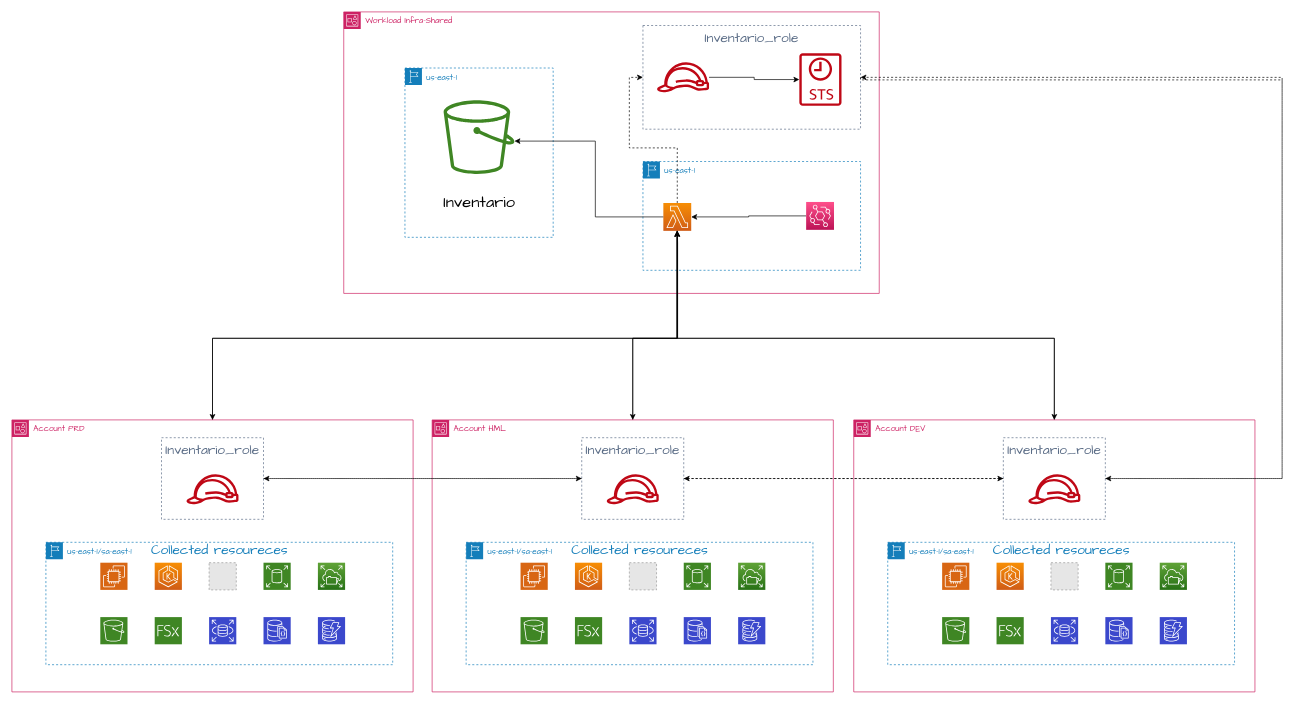
This is Diagrama sem nome.drawio from Jaelcio-de-Araujo/inventario-auto-python, a draw.io file, before an edit. Source tidied: cells renumbered, new cells numbered last; positions are measured from the earlier drawing's top-left corner, leaving out a move shared by most shapes. Both pictures are drawn from the tidied source at 68%, with x=0, y=0 at pixel (12, 12). Pictures stored in the file or linked from it are replaced by grey dashed boxes.
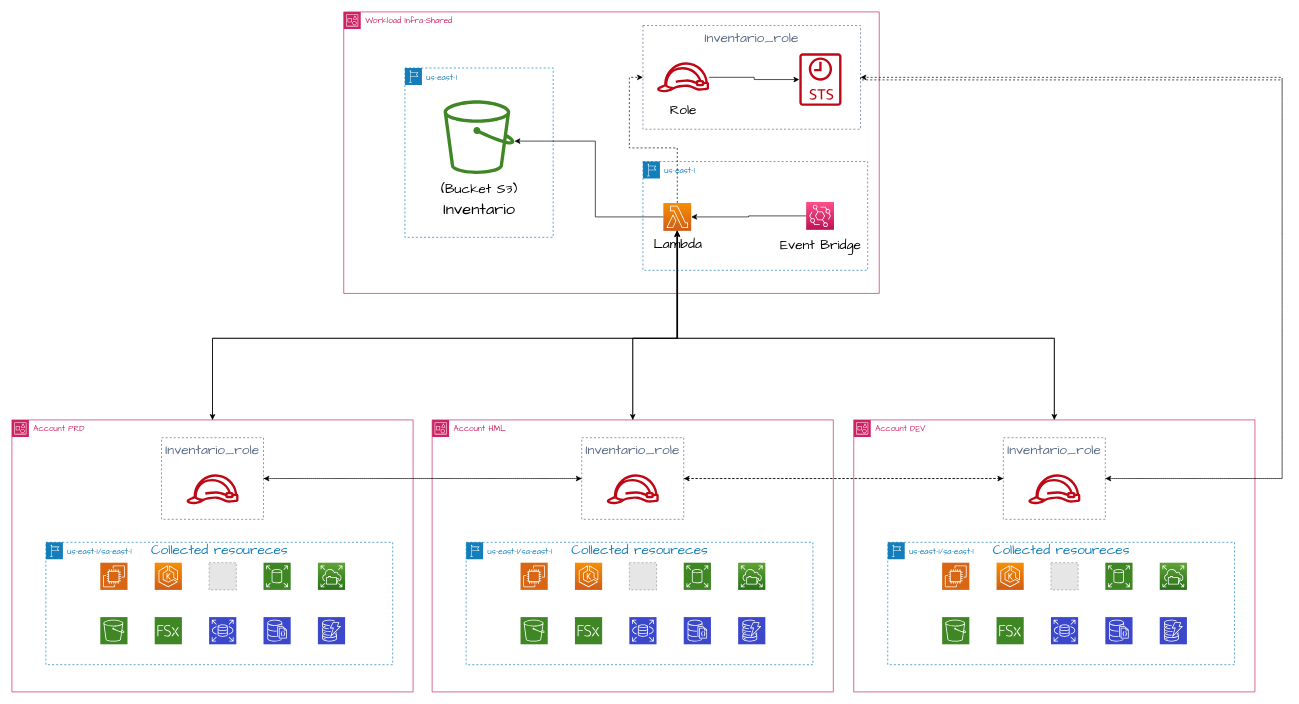
Above is the later version.

The change refers to these unchanged cells:
```xml
<mxCell id="2" value="Workload Infra-Shared" style="gradientColor=none;html=1;whiteSpace=wrap;fontSize=12;fontStyle=0;shape=mxgraph.aws4.group;grIcon=mxgraph.aws4.group_account;strokeColor=#CD2264;fillColor=none;verticalAlign=top;align=left;spacingLeft=30;fontColor=#CD2264;dashed=0;hachureGap=4;fontFamily=Architects Daughter;" parent="1" vertex="1">
  <mxGeometry x="488" width="787.5" height="414" as="geometry" />
</mxCell>
<mxCell id="11" value="us-east-1" style="gradientColor=none;html=1;whiteSpace=wrap;fontSize=12;fontStyle=0;shape=mxgraph.aws4.group;grIcon=mxgraph.aws4.group_region;strokeColor=#147EBA;fillColor=none;verticalAlign=top;align=left;spacingLeft=30;fontColor=#147EBA;dashed=1;hachureGap=4;fontFamily=Architects Daughter;" parent="2" vertex="1">
  <mxGeometry x="90" y="82.5" width="218" height="249" as="geometry" />
</mxCell>
```

Change to the diagram source:
```diff
@@
     <mxCell id="7" value="us-east-1" style="gradientColor=none;html=1;whiteSpace=wrap;fontSize=12;fontStyle=0;shape=mxgraph.aws4.group;grIcon=mxgraph.aws4.group_region;strokeColor=#147EBA;fillColor=none;verticalAlign=top;align=left;spacingLeft=30;fontColor=#147EBA;dashed=1;hachureGap=4;fontFamily=Architects Daughter;" parent="2" vertex="1">
-      <mxGeometry x="440" y="220" width="320" height="160" as="geometry" />
+      <mxGeometry x="440" y="220" width="330.5" height="160" as="geometry" />
     </mxCell>
@@
+    <mxCell id="73" value="Lambda" style="text;html=1;align=center;verticalAlign=middle;strokeColor=none;fillColor=none;fontSize=20;fontFamily=Architects Daughter;" parent="7" vertex="1">
+      <mxGeometry x="5.5" y="100.5" width="90" height="40" as="geometry" />
+    </mxCell>
+    <mxCell id="74" value="Event Bridge" style="text;html=1;align=center;verticalAlign=middle;strokeColor=none;fillColor=none;fontSize=20;fontFamily=Architects Daughter;" parent="7" vertex="1">
+      <mxGeometry x="190.5" y="102" width="140" height="40" as="geometry" />
+    </mxCell>
@@
     <mxCell id="13" value="&lt;font style=&quot;font-size: 24px;&quot;&gt;Inventario&lt;/font&gt;" style="text;html=1;align=center;verticalAlign=middle;strokeColor=none;fillColor=none;fontSize=20;fontFamily=Architects Daughter;" parent="11" vertex="1">
-      <mxGeometry x="44" y="177.5" width="130" height="40" as="geometry" />
+      <mxGeometry x="44" y="187.5" width="130" height="40" as="geometry" />
     </mxCell>
+    <mxCell id="75" value="(Bucket S3)" style="text;html=1;align=center;verticalAlign=middle;strokeColor=none;fillColor=none;fontSize=20;fontFamily=Architects Daughter;" parent="11" vertex="1">
+      <mxGeometry x="39" y="157.5" width="140" height="40" as="geometry" />
+    </mxCell>
@@
+    <mxCell id="76" value="Role" style="text;html=1;align=center;verticalAlign=middle;strokeColor=none;fillColor=none;fontSize=20;fontFamily=Architects Daughter;" parent="2" vertex="1">
+      <mxGeometry x="469" y="123" width="60" height="40" as="geometry" />
+    </mxCell>
```
